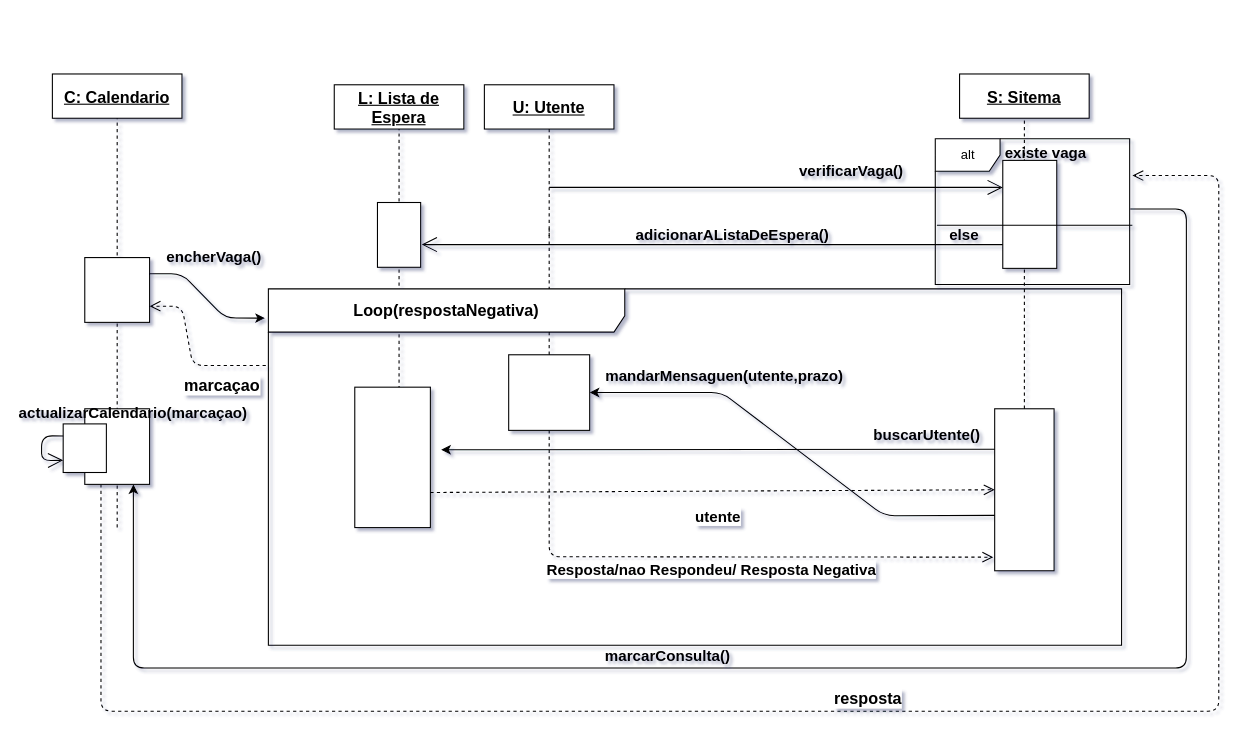
This is DiagramaDeSequencia-ListaDeEspera.drawio from getSierralta/Si-Centro-Hospitalar-Upskill, a draw.io file, before an edit. Source tidied: cells renumbered, new cells numbered last; positions are measured from the earlier drawing's top-left corner, leaving out a move shared by most shapes. Both pictures are drawn from the tidied source at 108%, with x=0, y=0 at pixel (19, 73).
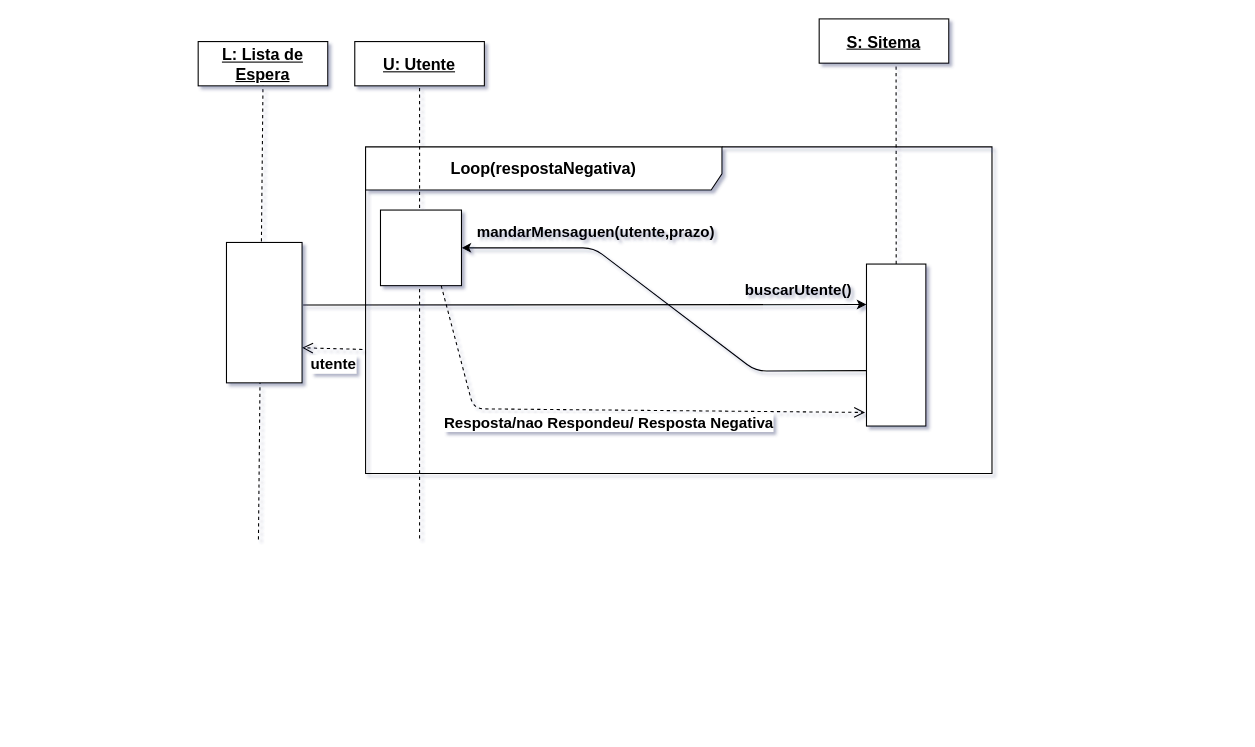
The same page after the edit.

Commit message:
Diagrama de sequencia 3.3 ULTIMA VERSAO

The edit, as a diff of the source:
```diff
@@
-    <mxCell id="2" value="alt" style="shape=umlFrame;whiteSpace=wrap;html=1;" parent="1" vertex="1">
-      <mxGeometry x="847.5" y="60" width="180" height="135" as="geometry" />
-    </mxCell>
+    <mxCell id="31" value="&lt;font style=&quot;font-size: 15px&quot;&gt;&lt;b&gt;Loop(respostaNegativa)&lt;/b&gt;&lt;/font&gt;" style="shape=umlFrame;whiteSpace=wrap;html=1;strokeColor=#000000;fillColor=#ffffff;fontSize=14;width=330;height=40;" parent="1" vertex="1">
+      <mxGeometry x="320" y="67.5" width="580" height="302.5" as="geometry" />
+    </mxCell>
     <mxCell id="3" value="L: Lista de Espera" style="text;html=1;align=center;verticalAlign=middle;whiteSpace=wrap;rounded=0;fontStyle=5;fillColor=#ffffff;strokeColor=#000000;fontSize=15;" parent="1" vertex="1">
-      <mxGeometry x="291" y="10" width="120" height="41" as="geometry" />
+      <mxGeometry x="165" y="-30" width="120" height="41" as="geometry" />
     </mxCell>
     <mxCell id="4" style="endArrow=none;dashed=1;html=1;fontSize=14;entryX=0.5;entryY=1;entryDx=0;entryDy=0;" parent="1" edge="1" target="3">
       <mxGeometry relative="1" as="geometry">
-        <mxPoint x="351" y="310" as="sourcePoint" />
+        <mxPoint x="220.8" y="431" as="sourcePoint" />
       </mxGeometry>
     </mxCell>
     <mxCell id="5" style="rounded=0;whiteSpace=wrap;html=1;strokeColor=#000000;fillColor=#ffffff;fontSize=14;" parent="1" vertex="1">
-      <mxGeometry x="902.5" y="310" width="55" height="150" as="geometry" />
+      <mxGeometry x="783.8" y="176" width="55" height="150" as="geometry" />
     </mxCell>
-    <mxCell id="6" style="rounded=0;whiteSpace=wrap;html=1;strokeColor=#000000;fillColor=#ffffff;fontSize=14;" parent="1" vertex="1">
-      <mxGeometry x="331" y="119" width="40" height="60" as="geometry" />
-    </mxCell>
     <mxCell id="7" style="rounded=0;whiteSpace=wrap;html=1;" parent="1" vertex="1">
-      <mxGeometry x="310" y="290" width="70" height="130" as="geometry" />
+      <mxGeometry x="191.2" y="156" width="70" height="130" as="geometry" />
     </mxCell>
     <mxCell id="8" value="buscarUtente()" style="text;html=1;strokeColor=none;fillColor=none;align=center;verticalAlign=middle;whiteSpace=wrap;rounded=0;fontStyle=1;fontSize=14;" parent="1" vertex="1">
-      <mxGeometry x="780" y="324" width="120" height="20" as="geometry" />
+      <mxGeometry x="661.2" y="190" width="120" height="20" as="geometry" />
     </mxCell>
-    <mxCell id="9" value="&lt;b&gt;utente&lt;/b&gt;" style="html=1;verticalAlign=bottom;endArrow=open;dashed=1;endSize=8;fontSize=14;exitX=1;exitY=0.75;exitDx=0;exitDy=0;entryX=0;entryY=0.5;entryDx=0;entryDy=0;" parent="1" edge="1" source="7" target="5">
-      <mxGeometry x="0.02" y="-35" relative="1" as="geometry" />
+    <mxCell id="9" value="&lt;b&gt;utente&lt;/b&gt;" style="html=1;verticalAlign=bottom;endArrow=open;dashed=1;endSize=8;fontSize=14;entryX=1;entryY=0.75;entryDx=0;entryDy=0;exitX=-0.005;exitY=0.62;exitDx=0;exitDy=0;exitPerimeter=0;" parent="1" edge="1" source="31" target="7">
+      <mxGeometry x="-0.06" y="26" relative="1" as="geometry" />
     </mxCell>
     <mxCell id="10" style="endArrow=classic;html=1;fontSize=14;exitX=0;exitY=0.658;exitDx=0;exitDy=0;exitPerimeter=0;entryX=1;entryY=0.5;entryDx=0;entryDy=0;" parent="1" edge="1" source="5" target="13">
       <mxGeometry relative="1" as="geometry">
         <Array as="points">
-          <mxPoint x="800" y="409" />
-          <mxPoint x="650" y="295" />
+          <mxPoint x="681.2" y="275" />
+          <mxPoint x="531.2" y="161" />
         </Array>
       </mxGeometry>
     </mxCell>
-    <mxCell id="11" value="&lt;b&gt;Resposta/nao Respondeu/ Resposta Negativa&lt;/b&gt;" style="html=1;verticalAlign=bottom;endArrow=open;dashed=1;endSize=8;fontSize=14;entryX=-0.024;entryY=0.916;entryDx=0;entryDy=0;entryPerimeter=0;exitX=0.5;exitY=1;exitDx=0;exitDy=0;" parent="1" edge="1" source="13" target="5">
+    <mxCell id="11" value="&lt;b&gt;Resposta/nao Respondeu/ Resposta Negativa&lt;/b&gt;" style="html=1;verticalAlign=bottom;endArrow=open;dashed=1;endSize=8;fontSize=14;entryX=-0.024;entryY=0.916;entryDx=0;entryDy=0;entryPerimeter=0;exitX=0.75;exitY=1;exitDx=0;exitDy=0;" parent="1" edge="1" source="13" target="5">
       <mxGeometry x="0.01" y="-23" relative="1" as="geometry">
         <Array as="points">
-          <mxPoint x="490" y="447" />
+          <mxPoint x="420" y="310" />
         </Array>
       </mxGeometry>
     </mxCell>
     <mxCell id="12" value="mandarMensaguen(utente,prazo)" style="text;html=1;strokeColor=none;fillColor=none;align=center;verticalAlign=middle;whiteSpace=wrap;rounded=0;fontStyle=1;fontSize=14;" parent="1" vertex="1">
-      <mxGeometry x="535" y="270" width="235" height="20" as="geometry" />
+      <mxGeometry x="416.2" y="136" width="235" height="20" as="geometry" />
     </mxCell>
-    <mxCell id="13" style="rounded=0;whiteSpace=wrap;html=1;strokeColor=#000000;fillColor=#ffffff;fontSize=14;" parent="1" vertex="1">
-      <mxGeometry x="452.5" y="260" width="75" height="70" as="geometry" />
-    </mxCell>
-    <mxCell id="14" style="endArrow=classic;html=1;fontSize=14;exitX=0;exitY=0.25;exitDx=0;exitDy=0;" parent="1" edge="1" source="5">
-      <mxGeometry relative="1" as="geometry">
-        <mxPoint x="390" y="348" as="targetPoint" />
-      </mxGeometry>
+    <mxCell id="14" style="endArrow=classic;html=1;fontSize=14;exitX=1.014;exitY=0.446;exitDx=0;exitDy=0;exitPerimeter=0;entryX=0;entryY=0.25;entryDx=0;entryDy=0;" parent="1" edge="1" source="7" target="5">
+      <mxGeometry relative="1" as="geometry" />
     </mxCell>
     <mxCell id="15" value="U: Utente" style="text;html=1;align=center;verticalAlign=middle;whiteSpace=wrap;rounded=0;fontStyle=5;fillColor=#ffffff;strokeColor=#000000;fontSize=15;" parent="1" vertex="1">
-      <mxGeometry x="430" y="10" width="120" height="41" as="geometry" />
+      <mxGeometry x="310" y="-30" width="120" height="41" as="geometry" />
     </mxCell>
     <mxCell id="16" style="endArrow=none;dashed=1;html=1;entryX=0.5;entryY=1;entryDx=0;entryDy=0;" parent="1" edge="1" target="15">
       <mxGeometry relative="1" as="geometry">
-        <mxPoint x="490" y="150" as="sourcePoint" />
+        <mxPoint x="370" y="430" as="sourcePoint" />
       </mxGeometry>
     </mxCell>
     <mxCell id="17" value="S: Sitema" style="text;html=1;align=center;verticalAlign=middle;whiteSpace=wrap;rounded=0;fontStyle=5;fillColor=#ffffff;strokeColor=#000000;fontSize=15;" parent="1" vertex="1">
-      <mxGeometry x="870" width="120" height="41" as="geometry" />
+      <mxGeometry x="740" y="-51" width="120" height="41" as="geometry" />
     </mxCell>
-    <mxCell id="18" style="endArrow=none;dashed=1;html=1;entryX=0.5;entryY=1;entryDx=0;entryDy=0;exitX=0.5;exitY=0;exitDx=0;exitDy=0;" parent="1" edge="1" source="5" target="17">
-      <mxGeometry relative="1" as="geometry" />
+    <mxCell id="18" style="endArrow=none;dashed=1;html=1;entryX=0.5;entryY=1;entryDx=0;entryDy=0;exitX=0.5;exitY=0;exitDx=0;exitDy=0;" parent="1" edge="1" source="5">
+      <mxGeometry relative="1" as="geometry">
+        <mxPoint x="811.2" y="-10" as="targetPoint" />
+      </mxGeometry>
     </mxCell>
-    <mxCell id="19" value="C: Calendario" style="text;html=1;align=center;verticalAlign=middle;whiteSpace=wrap;rounded=0;fontStyle=5;fillColor=#ffffff;strokeColor=#000000;fontSize=15;" parent="1" vertex="1">
-      <mxGeometry x="30" width="120" height="41" as="geometry" />
-    </mxCell>
-    <mxCell id="20" style="endArrow=none;dashed=1;html=1;entryX=0.5;entryY=1;entryDx=0;entryDy=0;" parent="1" edge="1" source="13">
-      <mxGeometry relative="1" as="geometry">
-        <mxPoint x="490" y="140" as="targetPoint" />
-      </mxGeometry>
-    </mxCell>
-    <mxCell id="21" style="rounded=0;whiteSpace=wrap;html=1;" parent="1" vertex="1">
-      <mxGeometry x="910" y="80" width="50" height="100" as="geometry" />
-    </mxCell>
-    <mxCell id="22" value="verificarVaga()" style="text;html=1;strokeColor=none;fillColor=none;align=center;verticalAlign=middle;whiteSpace=wrap;rounded=0;fontStyle=1;fontSize=14;" parent="1" vertex="1">
-      <mxGeometry x="710" y="80" width="120" height="20" as="geometry" />
-    </mxCell>
-    <mxCell id="23" value="existe vaga" style="text;html=1;strokeColor=none;align=center;verticalAlign=middle;whiteSpace=wrap;rounded=0;fontStyle=1;fontSize=14;" parent="1" vertex="1">
-      <mxGeometry x="890" y="62.5" width="120" height="20" as="geometry" />
-    </mxCell>
-    <mxCell id="24" style="endArrow=none;html=1;" parent="1" edge="1">
-      <mxGeometry relative="1" as="geometry">
-        <mxPoint x="849" y="140" as="sourcePoint" />
-        <mxPoint x="1030" y="140" as="targetPoint" />
-      </mxGeometry>
-    </mxCell>
-    <mxCell id="25" style="endArrow=open;endFill=1;endSize=12;html=1;entryX=0;entryY=0.25;entryDx=0;entryDy=0;" parent="1" edge="1" target="21">
-      <mxGeometry relative="1" as="geometry">
-        <mxPoint x="490" y="105" as="sourcePoint" />
-      </mxGeometry>
-    </mxCell>
-    <mxCell id="26" style="endArrow=open;endFill=1;endSize=12;html=1;entryX=1.025;entryY=0.65;entryDx=0;entryDy=0;entryPerimeter=0;" parent="1" edge="1" target="6">
-      <mxGeometry relative="1" as="geometry">
-        <mxPoint x="910" y="158" as="sourcePoint" />
-      </mxGeometry>
-    </mxCell>
-    <mxCell id="27" value="adicionarAListaDeEspera()" style="text;html=1;strokeColor=none;fillColor=none;align=center;verticalAlign=middle;whiteSpace=wrap;rounded=0;fontStyle=1;fontSize=14;" parent="1" vertex="1">
-      <mxGeometry x="570" y="139" width="180" height="20" as="geometry" />
-    </mxCell>
-    <mxCell id="28" style="endArrow=none;dashed=1;html=1;entryX=0.5;entryY=1;entryDx=0;entryDy=0;" parent="1" edge="1" target="19">
-      <mxGeometry relative="1" as="geometry">
-        <mxPoint x="90" y="420" as="sourcePoint" />
-      </mxGeometry>
-    </mxCell>
-    <mxCell id="29" style="rounded=0;whiteSpace=wrap;html=1;" parent="1" vertex="1">
-      <mxGeometry x="60" y="310" width="60" height="70" as="geometry" />
-    </mxCell>
-    <mxCell id="30" style="rounded=0;whiteSpace=wrap;html=1;" parent="1" vertex="1">
-      <mxGeometry x="60" y="170" width="60" height="60" as="geometry" />
-    </mxCell>
-    <mxCell id="31" value="&lt;font style=&quot;font-size: 15px&quot;&gt;&lt;b&gt;Loop(respostaNegativa)&lt;/b&gt;&lt;/font&gt;" style="shape=umlFrame;whiteSpace=wrap;html=1;strokeColor=#000000;fillColor=#ffffff;fontSize=14;width=330;height=40;" parent="1" vertex="1">
-      <mxGeometry x="230" y="199" width="790" height="330" as="geometry" />
-    </mxCell>
-    <mxCell id="32" value="actualizarCalendario(marcaçao)" style="text;html=1;strokeColor=none;fillColor=none;align=center;verticalAlign=middle;whiteSpace=wrap;rounded=0;fontStyle=1;fontSize=14;" parent="1" vertex="1">
-      <mxGeometry y="304" width="210" height="20" as="geometry" />
-    </mxCell>
-    <mxCell id="33" style="endArrow=classic;html=1;exitX=1;exitY=0.25;exitDx=0;exitDy=0;entryX=-0.004;entryY=0.082;entryDx=0;entryDy=0;entryPerimeter=0;" parent="1" edge="1" source="30" target="31">
-      <mxGeometry relative="1" as="geometry">
-        <Array as="points">
-          <mxPoint x="150" y="185" />
-          <mxPoint x="190" y="226" />
-        </Array>
-      </mxGeometry>
-    </mxCell>
-    <mxCell id="34" value="&lt;b&gt;&lt;font style=&quot;font-size: 15px&quot;&gt;marcaçao&lt;/font&gt;&lt;/b&gt;" style="html=1;verticalAlign=bottom;endArrow=open;dashed=1;endSize=8;exitX=-0.003;exitY=0.215;exitDx=0;exitDy=0;exitPerimeter=0;entryX=1;entryY=0.75;entryDx=0;entryDy=0;" parent="1" edge="1" source="31" target="30">
-      <mxGeometry x="-0.47" y="30" relative="1" as="geometry">
-        <Array as="points">
-          <mxPoint x="160" y="270" />
-          <mxPoint x="150" y="215" />
-        </Array>
-      </mxGeometry>
-    </mxCell>
-    <mxCell id="35" value="encherVaga()" style="text;html=1;strokeColor=none;fillColor=none;align=center;verticalAlign=middle;whiteSpace=wrap;rounded=0;fontStyle=1;fontSize=14;" parent="1" vertex="1">
-      <mxGeometry x="120" y="160" width="120" height="20" as="geometry" />
-    </mxCell>
-    <mxCell id="36" value="else" style="text;html=1;strokeColor=none;fillColor=none;align=center;verticalAlign=middle;whiteSpace=wrap;rounded=0;fontStyle=1;fontSize=14;" parent="1" vertex="1">
-      <mxGeometry x="847.5" y="139" width="52.5" height="20" as="geometry" />
-    </mxCell>
-    <mxCell id="37" value="&lt;b&gt;&lt;font style=&quot;font-size: 15px&quot;&gt;resposta&lt;/font&gt;&lt;/b&gt;" style="html=1;verticalAlign=bottom;endArrow=open;dashed=1;endSize=8;exitX=0.25;exitY=1;exitDx=0;exitDy=0;entryX=1.014;entryY=0.252;entryDx=0;entryDy=0;entryPerimeter=0;" parent="1" edge="1" source="29" target="2">
-      <mxGeometry x="0.01" relative="1" as="geometry">
-        <Array as="points">
-          <mxPoint x="75" y="590" />
-          <mxPoint x="1110" y="590" />
-          <mxPoint x="1110" y="94" />
-        </Array>
-      </mxGeometry>
-    </mxCell>
-    <mxCell id="38" style="rounded=0;whiteSpace=wrap;html=1;" parent="1" vertex="1">
-      <mxGeometry x="40" y="324" width="40" height="45" as="geometry" />
-    </mxCell>
-    <mxCell id="39" style="endArrow=open;endFill=1;endSize=12;html=1;exitX=0;exitY=0.25;exitDx=0;exitDy=0;entryX=0;entryY=0.75;entryDx=0;entryDy=0;" parent="1" edge="1" source="38" target="38">
-      <mxGeometry relative="1" as="geometry">
-        <Array as="points">
-          <mxPoint x="20" y="335" />
-          <mxPoint x="20" y="358" />
-        </Array>
-      </mxGeometry>
-    </mxCell>
-    <mxCell id="40" style="endArrow=classic;html=1;exitX=1.003;exitY=0.481;exitDx=0;exitDy=0;exitPerimeter=0;entryX=0.75;entryY=1;entryDx=0;entryDy=0;" parent="1" edge="1" source="2" target="29">
-      <mxGeometry relative="1" as="geometry">
-        <Array as="points">
-          <mxPoint x="1080" y="125" />
-          <mxPoint x="1080" y="550" />
-          <mxPoint x="105" y="550" />
-        </Array>
-      </mxGeometry>
-    </mxCell>
-    <mxCell id="41" value="marcarConsulta()" style="text;html=1;strokeColor=none;fillColor=none;align=center;verticalAlign=middle;whiteSpace=wrap;rounded=0;fontStyle=1;fontSize=14;" parent="1" vertex="1">
-      <mxGeometry x="510" y="529" width="180" height="20" as="geometry" />
-    </mxCell>
+    <mxCell id="13" style="rounded=0;whiteSpace=wrap;html=1;strokeColor=#000000;fillColor=#ffffff;fontSize=14;" parent="1" vertex="1">
+      <mxGeometry x="333.8" y="126" width="75" height="70" as="geometry" />
+    </mxCell>
```
